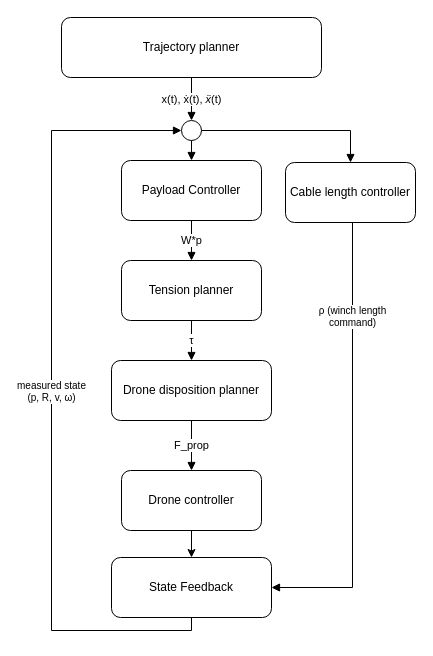
chiarabuono/ACTS-report keeps this draw.io diagram as images/drawIO/control_scheme.drawio. Above is the earlier version. Source tidied: cells renumbered, new cells numbered last; positions are measured from the earlier drawing's top-left corner, leaving out a move shared by most shapes. Both pictures are drawn from the tidied source at 100%, with x=0, y=0 at pixel (51, 17).
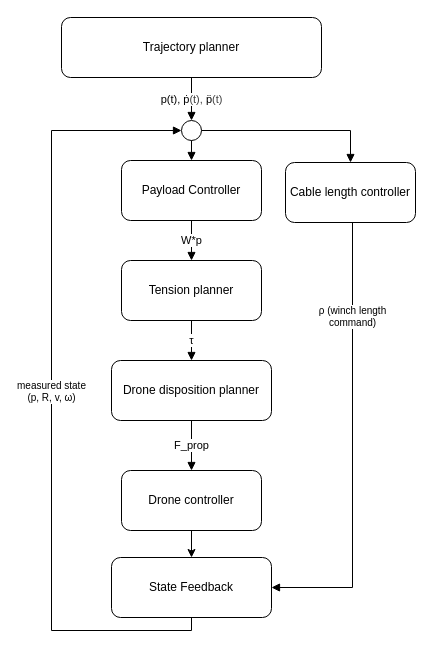
The same diagram, later.

Unchanged cells that the change refers to:
```xml
<mxCell id="2" value="Trajectory planner" style="rounded=1;whiteSpace=wrap;html=1;fillColor=#ffffff;strokeColor=#000000;fontSize=12;" parent="1" vertex="1">
  <mxGeometry x="10" width="260" height="60" as="geometry" />
</mxCell>
<mxCell id="3" style="ellipse;whiteSpace=wrap;html=1;fillColor=#ffffff;strokeColor=#000000;" parent="1" vertex="1">
  <mxGeometry x="130" y="103" width="20" height="20" as="geometry" />
</mxCell>
```

Diff of the diagram source:
```diff
@@
-    <mxCell id="11" value="&lt;div&gt;x(t), ẋ(t),&amp;nbsp;&lt;span&gt;&lt;em&gt;ẍ&lt;/em&gt;&lt;/span&gt;(t)&lt;/div&gt;" style="edgeStyle=orthogonalEdgeStyle;rounded=0;html=1;endArrow=block;endFill=1;fontSize=11;exitX=0.5;exitY=1;entryX=0.5;entryY=0;" parent="1" edge="1" source="2" target="3">
+    <mxCell id="11" value="&lt;div&gt;p(t),&amp;nbsp;&lt;span style=&quot;background-color: light-dark(#ffffff, var(--ge-dark-color, #121212));&quot;&gt;ṗ&lt;/span&gt;&lt;span style=&quot;color: rgb(63, 63, 63); background-color: light-dark(#ffffff, var(--ge-dark-color, #121212));&quot;&gt;(t),&amp;nbsp;&lt;/span&gt;&lt;span style=&quot;background-color: light-dark(#ffffff, var(--ge-dark-color, #121212));&quot;&gt;p̈&lt;/span&gt;&lt;span style=&quot;background-color: light-dark(#ffffff, var(--ge-dark-color, #121212)); color: rgb(63, 63, 63);&quot;&gt;(t)&lt;/span&gt;&lt;/div&gt;" style="edgeStyle=orthogonalEdgeStyle;rounded=0;html=1;endArrow=block;endFill=1;fontSize=11;exitX=0.5;exitY=1;entryX=0.5;entryY=0;" parent="1" edge="1" source="2" target="3">
       <mxGeometry relative="1" as="geometry" />
     </mxCell>
```
